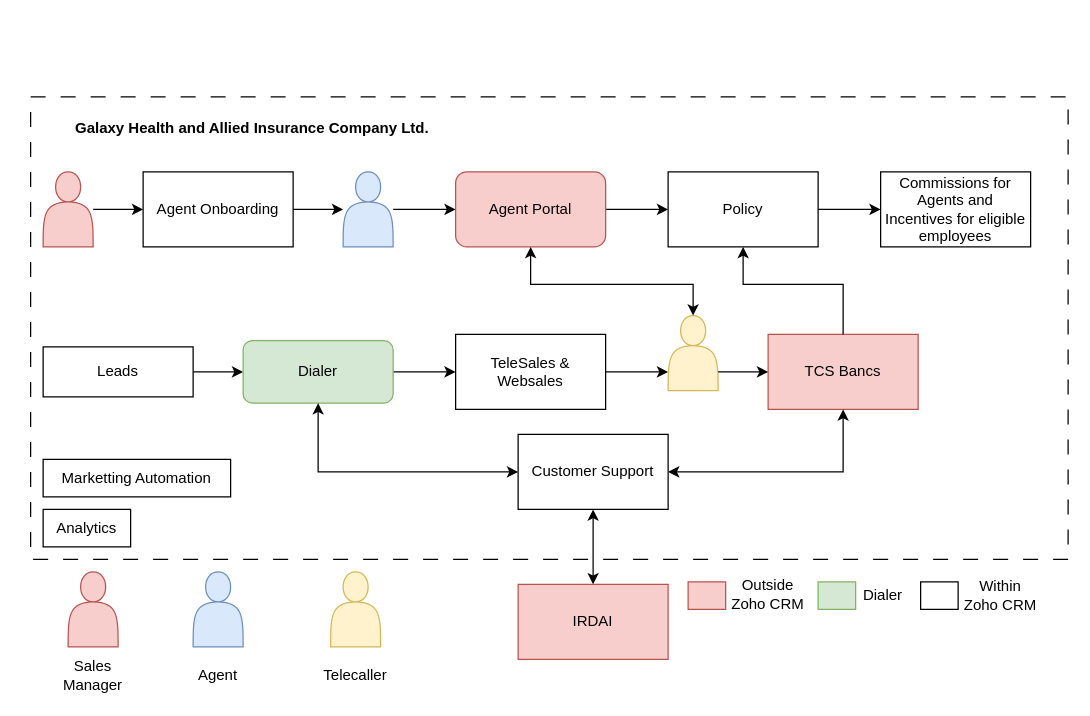
Above: Galaxy process and structure.drawio in shaileshsreedar/Galaxy (draw.io), before the change. Source tidied: cells renumbered, new cells numbered last; positions are measured from the earlier drawing's top-left corner, leaving out a move shared by most shapes. Both pictures are drawn from the tidied source at 125%, with x=0, y=0 at pixel (30, 96).
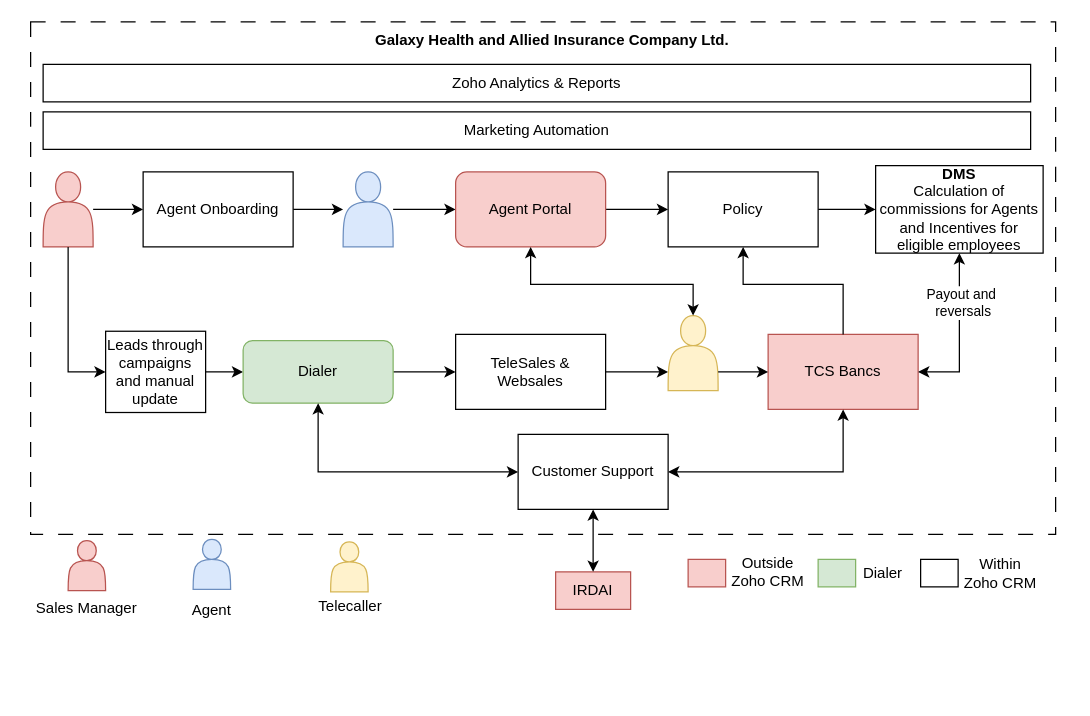
The same page after the edit.

The change refers to these unchanged cells:
```xml
<mxCell id="13" style="shape=actor;whiteSpace=wrap;html=1;fillColor=#f8cecc;strokeColor=#b85450;" parent="1" vertex="1">
  <mxGeometry x="10" y="60" width="40" height="60" as="geometry" />
</mxCell>
<mxCell id="31" value="TCS Bancs" style="rounded=0;whiteSpace=wrap;html=1;fillColor=#f8cecc;strokeColor=#b85450;" parent="1" vertex="1">
  <mxGeometry x="590" y="190" width="120" height="60" as="geometry" />
</mxCell>
```

The edit, as a diff of the source:
```diff
@@
     <mxCell id="2" style="rounded=0;whiteSpace=wrap;html=1;dashed=1;dashPattern=12 12;" parent="1" vertex="1">
-      <mxGeometry width="830" height="370" as="geometry" />
+      <mxGeometry y="-60" width="820" height="410" as="geometry" />
     </mxCell>
@@
-    <mxCell id="4" value="Leads" style="rounded=0;whiteSpace=wrap;html=1;" parent="1" vertex="1">
-      <mxGeometry x="10" y="200" width="120" height="40" as="geometry" />
+    <mxCell id="4" value="Leads through campaigns and manual update" style="rounded=0;whiteSpace=wrap;html=1;" parent="1" vertex="1">
+      <mxGeometry x="60" y="187.5" width="80" height="65" as="geometry" />
     </mxCell>
@@
-    <mxCell id="8" value="Marketting Automation" style="rounded=0;whiteSpace=wrap;html=1;" parent="1" vertex="1">
-      <mxGeometry x="10" y="290" width="150" height="30" as="geometry" />
-    </mxCell>
-    <mxCell id="9" value="Analytics" style="rounded=0;whiteSpace=wrap;html=1;" parent="1" vertex="1">
-      <mxGeometry x="10" y="330" width="70" height="30" as="geometry" />
+    <mxCell id="9" value="Zoho Analytics &amp;amp; Reports" style="rounded=0;whiteSpace=wrap;html=1;" parent="1" vertex="1">
+      <mxGeometry x="10" y="-26" width="790" height="30" as="geometry" />
     </mxCell>
@@
     <mxCell id="17" style="shape=actor;whiteSpace=wrap;html=1;fillColor=#f8cecc;strokeColor=#b85450;" parent="1" vertex="1">
-      <mxGeometry x="30" y="380" width="40" height="60" as="geometry" />
+      <mxGeometry x="30" y="355" width="30" height="40" as="geometry" />
     </mxCell>
     <mxCell id="18" value="Sales Manager" style="text;html=1;align=center;verticalAlign=middle;whiteSpace=wrap;rounded=0;" parent="1" vertex="1">
-      <mxGeometry x="20" y="448" width="60" height="30" as="geometry" />
+      <mxGeometry x="-7" y="394" width="104" height="30" as="geometry" />
     </mxCell>
     <mxCell id="19" style="shape=actor;whiteSpace=wrap;html=1;fillColor=#dae8fc;strokeColor=#6c8ebf;" parent="1" vertex="1">
-      <mxGeometry x="130" y="380" width="40" height="60" as="geometry" />
+      <mxGeometry x="130" y="354" width="30" height="40" as="geometry" />
     </mxCell>
     <mxCell id="20" value="Agent" style="text;html=1;align=center;verticalAlign=middle;whiteSpace=wrap;rounded=0;" parent="1" vertex="1">
-      <mxGeometry x="120" y="448" width="60" height="30" as="geometry" />
+      <mxGeometry x="115" y="396" width="60" height="30" as="geometry" />
     </mxCell>
     <mxCell id="21" style="shape=actor;whiteSpace=wrap;html=1;fillColor=#fff2cc;strokeColor=#d6b656;" parent="1" vertex="1">
-      <mxGeometry x="240" y="380" width="40" height="60" as="geometry" />
+      <mxGeometry x="240" y="356" width="30" height="40" as="geometry" />
     </mxCell>
     <mxCell id="22" value="Telecaller" style="text;html=1;align=center;verticalAlign=middle;whiteSpace=wrap;rounded=0;" parent="1" vertex="1">
-      <mxGeometry x="230" y="448" width="60" height="30" as="geometry" />
+      <mxGeometry x="226" y="393" width="60" height="30" as="geometry" />
     </mxCell>
@@
-    <mxCell id="29" value="Commissions for Agents and Incentives for eligible employees" style="rounded=0;whiteSpace=wrap;html=1;" parent="1" vertex="1">
-      <mxGeometry x="680" y="60" width="120" height="60" as="geometry" />
+    <mxCell id="29" value="&lt;b&gt;DMS&lt;/b&gt;&lt;div&gt;Calculation of commissions for Agents and Incentives for eligible employees&lt;/div&gt;" style="rounded=0;whiteSpace=wrap;html=1;" parent="1" vertex="1">
+      <mxGeometry x="676" y="55" width="134" height="70" as="geometry" />
     </mxCell>
@@
     <mxCell id="36" value="IRDAI" style="rounded=0;whiteSpace=wrap;html=1;fillColor=#f8cecc;strokeColor=#b85450;" parent="1" vertex="1">
-      <mxGeometry x="390" y="390" width="120" height="60" as="geometry" />
+      <mxGeometry x="420" y="380" width="60" height="30" as="geometry" />
     </mxCell>
@@
     <mxCell id="38" value="&lt;b&gt;Galaxy Health and Allied Insurance Company Ltd.&lt;/b&gt;" style="text;strokeColor=none;fillColor=none;align=left;verticalAlign=middle;spacingLeft=4;spacingRight=4;overflow=hidden;whiteSpace=wrap;html=1;" parent="1" vertex="1">
-      <mxGeometry x="30" y="10" width="300" height="30" as="geometry" />
+      <mxGeometry x="270" y="-60" width="300" height="30" as="geometry" />
     </mxCell>
     <mxCell id="39" style="rounded=0;whiteSpace=wrap;html=1;fillColor=#f8cecc;strokeColor=#b85450;" parent="1" vertex="1">
-      <mxGeometry x="526" y="388" width="30" height="22" as="geometry" />
+      <mxGeometry x="526" y="370" width="30" height="22" as="geometry" />
     </mxCell>
     <mxCell id="40" value="Outside Zoho CRM" style="text;html=1;align=center;verticalAlign=middle;whiteSpace=wrap;rounded=0;" parent="1" vertex="1">
-      <mxGeometry x="560" y="385" width="60" height="26" as="geometry" />
+      <mxGeometry x="560" y="367" width="60" height="26" as="geometry" />
     </mxCell>
     <mxCell id="41" style="rounded=0;whiteSpace=wrap;html=1;fillColor=#d5e8d4;strokeColor=#82b366;" parent="1" vertex="1">
-      <mxGeometry x="630" y="388" width="30" height="22" as="geometry" />
+      <mxGeometry x="630" y="370" width="30" height="22" as="geometry" />
     </mxCell>
     <mxCell id="42" value="Dialer" style="text;html=1;align=center;verticalAlign=middle;whiteSpace=wrap;rounded=0;" parent="1" vertex="1">
-      <mxGeometry x="652" y="384" width="60" height="30" as="geometry" />
+      <mxGeometry x="652" y="366" width="60" height="30" as="geometry" />
     </mxCell>
     <mxCell id="43" style="rounded=0;whiteSpace=wrap;html=1;" parent="1" vertex="1">
-      <mxGeometry x="712" y="388" width="30" height="22" as="geometry" />
+      <mxGeometry x="712" y="370" width="30" height="22" as="geometry" />
     </mxCell>
     <mxCell id="44" value="Within Zoho CRM" style="text;html=1;align=center;verticalAlign=middle;whiteSpace=wrap;rounded=0;" parent="1" vertex="1">
-      <mxGeometry x="746" y="384" width="60" height="30" as="geometry" />
+      <mxGeometry x="746" y="366" width="60" height="30" as="geometry" />
     </mxCell>
+    <mxCell id="45" value="Marketing Automation" style="rounded=0;whiteSpace=wrap;html=1;" parent="1" vertex="1">
+      <mxGeometry x="10" y="12" width="790" height="30" as="geometry" />
+    </mxCell>
+    <mxCell id="46" style="endArrow=classic;html=1;rounded=0;exitX=0.5;exitY=1;exitDx=0;exitDy=0;entryX=0;entryY=0.5;entryDx=0;entryDy=0;" parent="1" edge="1" source="13" target="4">
+      <mxGeometry relative="1" as="geometry">
+        <Array as="points">
+          <mxPoint x="30" y="220" />
+        </Array>
+      </mxGeometry>
+    </mxCell>
+    <mxCell id="47" style="endArrow=classic;startArrow=classic;html=1;rounded=0;entryX=0.5;entryY=1;entryDx=0;entryDy=0;exitX=1;exitY=0.5;exitDx=0;exitDy=0;" parent="1" edge="1" source="31" target="29">
+      <mxGeometry relative="1" as="geometry">
+        <Array as="points">
+          <mxPoint x="743" y="220" />
+        </Array>
+      </mxGeometry>
+    </mxCell>
+    <mxCell id="48" value="Payout and&amp;nbsp;&lt;div&gt;reversals&lt;/div&gt;" style="edgeLabel;html=1;align=center;verticalAlign=middle;" parent="47" vertex="1">
+      <mxGeometry x="0.37" y="-2" relative="1" as="geometry">
+        <mxPoint y="-1" as="offset" />
+      </mxGeometry>
+    </mxCell>
```
